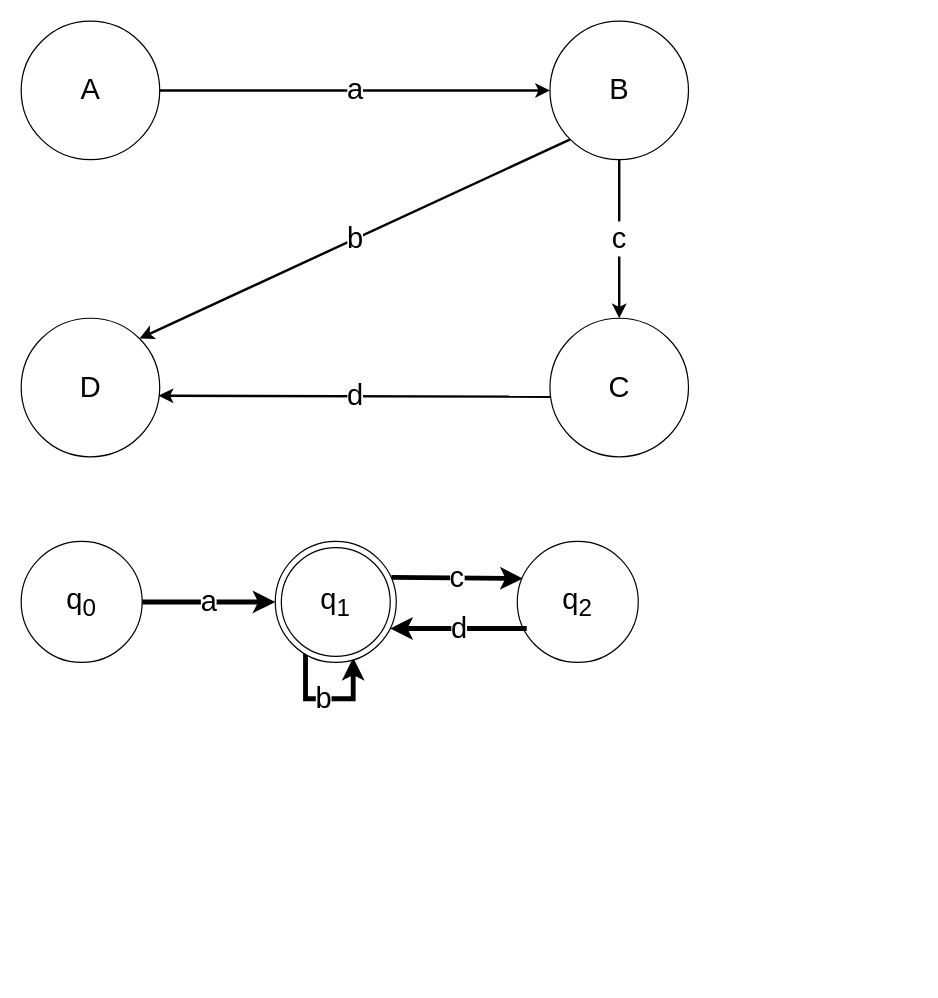
Above: thesisdrawing.drawio in olliglorioso/datasets (draw.io), before the change. Source tidied: cells renumbered, new cells numbered last; positions are measured from the earlier drawing's top-left corner, leaving out a move shared by most shapes. Both pictures are drawn from the tidied source at 121%, with x=0, y=0 at pixel (21, 21).
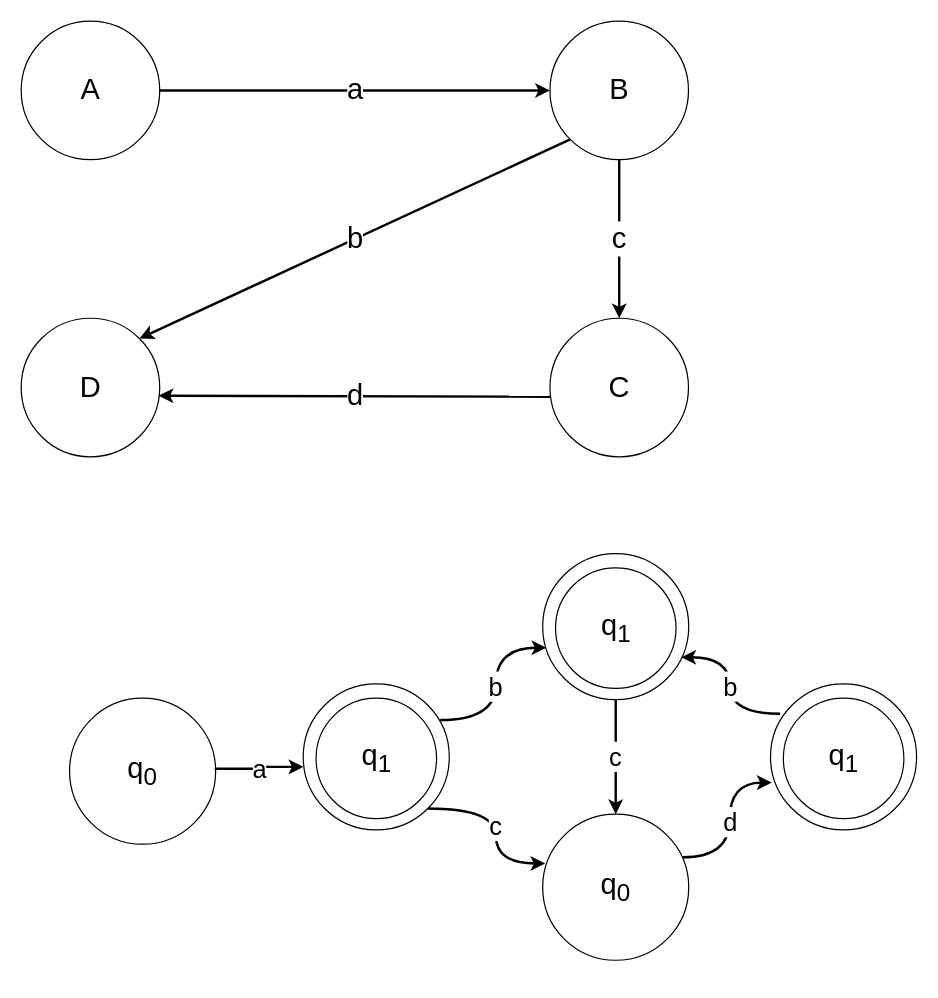
Above is the later version.

Diff of the diagram source:
```diff
@@
-    <mxCell id="11" value="&lt;font style=&quot;font-size: 24px;&quot;&gt;a&lt;/font&gt;" style="edgeStyle=orthogonalEdgeStyle;rounded=0;jettySize=auto;html=1;exitX=1;exitY=0.5;exitDx=0;exitDy=0;entryX=0;entryY=0.5;entryDx=0;entryDy=0;strokeWidth=4;" parent="1" edge="1" source="12" target="17">
-      <mxGeometry relative="1" as="geometry" />
-    </mxCell>
+    <mxCell id="19" style="group;" parent="1" vertex="1">
+      <mxGeometry x="40" y="440" width="700" height="350" as="geometry" />
+    </mxCell>
-    <mxCell id="12" value="&lt;span style=&quot;font-size: 24px;&quot;&gt;q&lt;sub&gt;0&lt;/sub&gt;&lt;/span&gt;" style="ellipse;whiteSpace=wrap;html=1;" parent="1" vertex="1">
-      <mxGeometry y="430" width="100" height="100" as="geometry" />
+    <mxCell id="12" value="&lt;span style=&quot;font-size: 24px;&quot;&gt;q&lt;sub&gt;0&lt;/sub&gt;&lt;/span&gt;" style="ellipse;whiteSpace=wrap;html=1;" parent="19" vertex="1">
+      <mxGeometry y="119.5" width="120.7" height="120.7" as="geometry" />
     </mxCell>
-    <mxCell id="13" value="&lt;font style=&quot;font-size: 24px;&quot;&gt;b&lt;/font&gt;" style="edgeStyle=orthogonalEdgeStyle;rounded=0;jettySize=auto;html=1;strokeWidth=4;exitX=0.644;exitY=0.961;exitDx=0;exitDy=0;exitPerimeter=0;endArrow=none;endFill=0;startArrow=classic;startFill=1;" parent="1" edge="1" source="17" target="18">
-      <mxGeometry relative="1" as="geometry">
-        <Array as="points">
-          <mxPoint x="274" y="560" />
-          <mxPoint x="235" y="560" />
-        </Array>
-      </mxGeometry>
-    </mxCell>
-    <mxCell id="14" value="&lt;span style=&quot;font-size: 24px;&quot;&gt;q&lt;sub&gt;2&lt;/sub&gt;&lt;/span&gt;" style="ellipse;whiteSpace=wrap;html=1;" parent="1" vertex="1">
-      <mxGeometry x="410" y="430" width="100" height="100" as="geometry" />
-    </mxCell>
-    <mxCell id="15" value="&lt;font style=&quot;font-size: 24px;&quot;&gt;c&lt;/font&gt;" style="edgeStyle=orthogonalEdgeStyle;rounded=0;jettySize=auto;html=1;strokeWidth=4;entryX=0.045;entryY=0.306;entryDx=0;entryDy=0;entryPerimeter=0;exitX=0.96;exitY=0.297;exitDx=0;exitDy=0;exitPerimeter=0;" parent="1" edge="1" source="17" target="14">
-      <mxGeometry relative="1" as="geometry">
-        <Array as="points">
-          <mxPoint x="307" y="460" />
-        </Array>
-      </mxGeometry>
-    </mxCell>
-    <mxCell id="16" value="&lt;font style=&quot;font-size: 24px;&quot;&gt;d&lt;/font&gt;" style="edgeStyle=orthogonalEdgeStyle;rounded=0;jettySize=auto;html=1;strokeWidth=4;entryX=0.033;entryY=0.719;entryDx=0;entryDy=0;entryPerimeter=0;exitX=0.95;exitY=0.719;exitDx=0;exitDy=0;exitPerimeter=0;endArrow=none;endFill=0;startArrow=classic;startFill=1;" parent="1" edge="1" source="17">
-      <mxGeometry relative="1" as="geometry">
-        <mxPoint x="417.8" y="501.9" as="targetPoint" />
-      </mxGeometry>
-    </mxCell>
+    <mxCell id="20" style="group;" parent="19" vertex="1">
+      <mxGeometry x="203.7" y="119.5" width="110.1" height="122.8" as="geometry" />
+    </mxCell>
-    <mxCell id="17" value="&lt;span style=&quot;font-size: 24px;&quot;&gt;q&lt;sub&gt;1&lt;/sub&gt;&lt;/span&gt;" style="ellipse;whiteSpace=wrap;html=1;strokeColor=default;strokeWidth=1;" parent="1" vertex="1">
-      <mxGeometry x="210" y="430" width="100" height="100" as="geometry" />
+    <mxCell id="17" value="&lt;span style=&quot;font-size: 24px;&quot;&gt;q&lt;sub&gt;1&lt;/sub&gt;&lt;/span&gt;" style="ellipse;whiteSpace=wrap;html=1;strokeColor=default;strokeWidth=1;" parent="20" vertex="1">
+      <mxGeometry width="99.6" height="99.6" as="geometry" />
     </mxCell>
-    <mxCell id="18" style="ellipse;whiteSpace=wrap;html=1;fillColor=none;" parent="1" vertex="1">
-      <mxGeometry x="215" y="435" width="90" height="90" as="geometry" />
+    <mxCell id="18" style="ellipse;whiteSpace=wrap;html=1;fillColor=none;" parent="19" vertex="1">
+      <mxGeometry x="193.1" y="107.7" width="120.7" height="120.7" as="geometry" />
     </mxCell>
+    <mxCell id="21" style="group;" parent="19" vertex="1">
+      <mxGeometry x="401.6" y="11.8" width="110.1" height="122.8" as="geometry" />
+    </mxCell>
+    <mxCell id="22" value="&lt;span style=&quot;font-size: 24px;&quot;&gt;q&lt;sub&gt;1&lt;/sub&gt;&lt;/span&gt;" style="ellipse;whiteSpace=wrap;html=1;strokeColor=default;strokeWidth=1;" parent="21" vertex="1">
+      <mxGeometry width="99.6" height="99.6" as="geometry" />
+    </mxCell>
+    <mxCell id="23" style="ellipse;whiteSpace=wrap;html=1;fillColor=none;" parent="19" vertex="1">
+      <mxGeometry x="391" width="120.7" height="120.7" as="geometry" />
+    </mxCell>
+    <mxCell id="24" style="group;" parent="19" vertex="1">
+      <mxGeometry x="589.9" y="119.5" width="110.1" height="122.8" as="geometry" />
+    </mxCell>
+    <mxCell id="25" value="&lt;span style=&quot;font-size: 24px;&quot;&gt;q&lt;sub&gt;1&lt;/sub&gt;&lt;/span&gt;" style="ellipse;whiteSpace=wrap;html=1;strokeColor=default;strokeWidth=1;" parent="24" vertex="1">
+      <mxGeometry width="99.6" height="99.6" as="geometry" />
+    </mxCell>
+    <mxCell id="26" style="ellipse;whiteSpace=wrap;html=1;fillColor=none;" parent="19" vertex="1">
+      <mxGeometry x="579.3" y="107.7" width="120.7" height="120.7" as="geometry" />
+    </mxCell>
+    <mxCell id="27" value="&lt;span style=&quot;font-size: 24px;&quot;&gt;q&lt;sub&gt;0&lt;/sub&gt;&lt;/span&gt;" style="ellipse;whiteSpace=wrap;html=1;" parent="19" vertex="1">
+      <mxGeometry x="391" y="215.4" width="120.7" height="120.7" as="geometry" />
+    </mxCell>
+    <mxCell id="28" value="&lt;font style=&quot;font-size: 21px;&quot;&gt;c&lt;/font&gt;" style="edgeStyle=orthogonalEdgeStyle;rounded=0;jettySize=auto;html=1;exitX=1;exitY=1;exitDx=0;exitDy=0;entryX=0.018;entryY=0.337;entryDx=0;entryDy=0;entryPerimeter=0;strokeWidth=2;curved=1;" parent="19" edge="1" source="18" target="27">
+      <mxGeometry relative="1" as="geometry" />
+    </mxCell>
+    <mxCell id="11" value="&lt;font style=&quot;font-size: 21px;&quot;&gt;a&lt;/font&gt;" style="edgeStyle=orthogonalEdgeStyle;rounded=0;jettySize=auto;html=1;exitX=0.994;exitY=0.483;exitDx=0;exitDy=0;entryX=0.001;entryY=0.568;entryDx=0;entryDy=0;entryPerimeter=0;strokeWidth=2;exitPerimeter=0;" parent="19" edge="1" source="12" target="18">
+      <mxGeometry relative="1" as="geometry" />
+    </mxCell>
+    <mxCell id="29" value="&lt;font style=&quot;font-size: 21px;&quot;&gt;b&lt;/font&gt;" style="edgeStyle=orthogonalEdgeStyle;rounded=0;jettySize=auto;html=1;exitX=0.938;exitY=0.247;exitDx=0;exitDy=0;entryX=0.025;entryY=0.645;entryDx=0;entryDy=0;entryPerimeter=0;strokeWidth=2;exitPerimeter=0;curved=1;" parent="19" edge="1" source="18" target="23">
+      <mxGeometry relative="1" as="geometry" />
+    </mxCell>
+    <mxCell id="30" value="&lt;font style=&quot;font-size: 21px;&quot;&gt;c&lt;/font&gt;" style="edgeStyle=orthogonalEdgeStyle;rounded=0;jettySize=auto;html=1;exitX=0.5;exitY=1;exitDx=0;exitDy=0;entryX=0.5;entryY=0;entryDx=0;entryDy=0;strokeWidth=2;curved=1;" parent="19" edge="1" source="23" target="27">
+      <mxGeometry relative="1" as="geometry" />
+    </mxCell>
+    <mxCell id="31" value="&lt;font style=&quot;font-size: 21px;&quot;&gt;b&lt;/font&gt;" style="edgeStyle=orthogonalEdgeStyle;rounded=0;jettySize=auto;html=1;exitX=0.065;exitY=0.205;exitDx=0;exitDy=0;entryX=0.949;entryY=0.71;entryDx=0;entryDy=0;strokeWidth=2;exitPerimeter=0;entryPerimeter=0;curved=1;" parent="19" edge="1" source="26" target="23">
+      <mxGeometry relative="1" as="geometry" />
+    </mxCell>
+    <mxCell id="16" value="&lt;font style=&quot;font-size: 21px;&quot;&gt;d&lt;/font&gt;" style="edgeStyle=orthogonalEdgeStyle;rounded=0;jettySize=auto;html=1;exitX=0.96;exitY=0.295;exitDx=0;exitDy=0;entryX=0.008;entryY=0.676;entryDx=0;entryDy=0;strokeWidth=2;exitPerimeter=0;entryPerimeter=0;curved=1;" parent="19" edge="1" source="27" target="26">
+      <mxGeometry relative="1" as="geometry" />
+    </mxCell>
```
